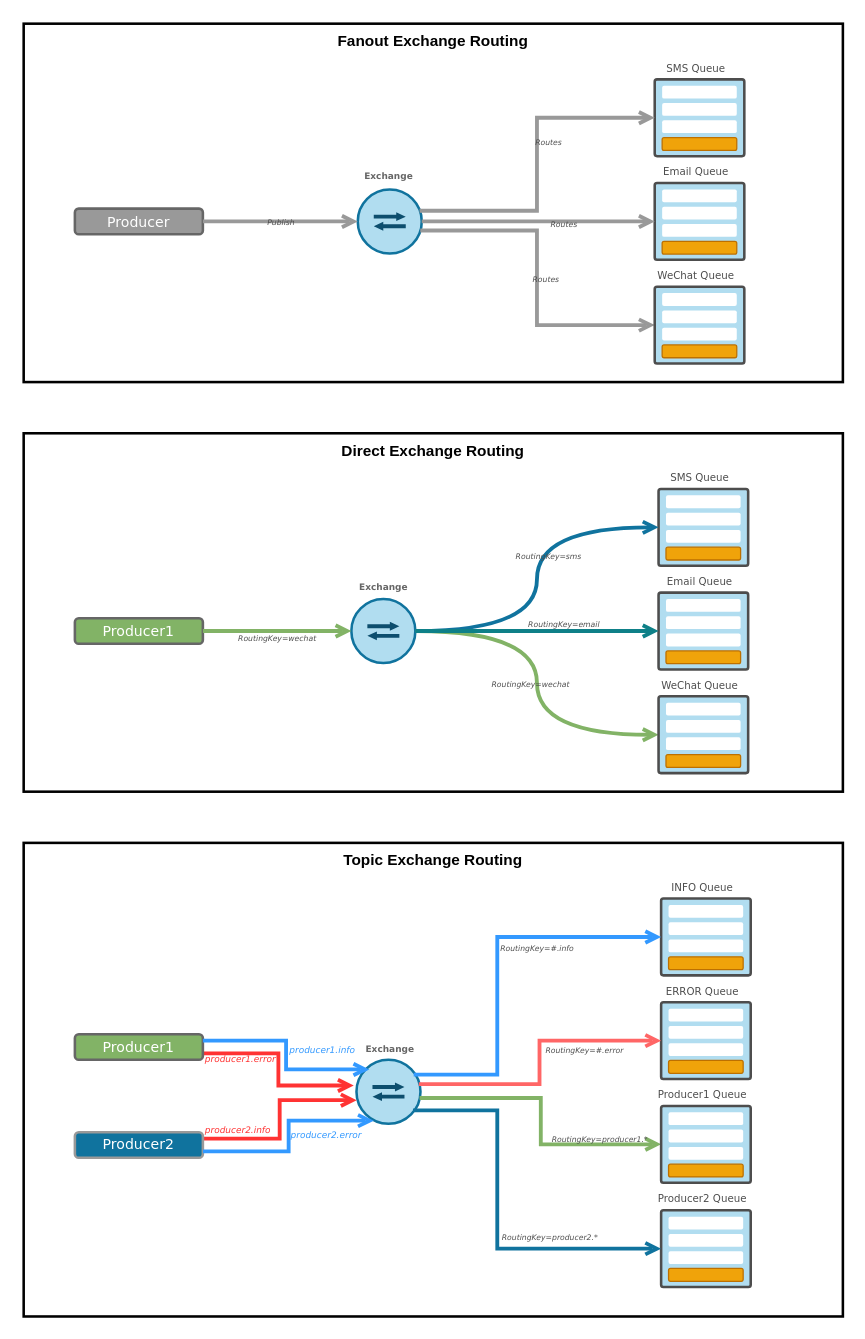
Before: page "Exchange Types" (3 of 5) of fs/RabbitMQ.drawio in gaivin/drawio, a draw.io diagram. Source tidied: cells renumbered, new cells numbered last; positions are measured from the earlier drawing's top-left corner, leaving out a move shared by most shapes. Both pictures are drawn from the tidied source at 128%, with x=0, y=0 at pixel (23, 23).
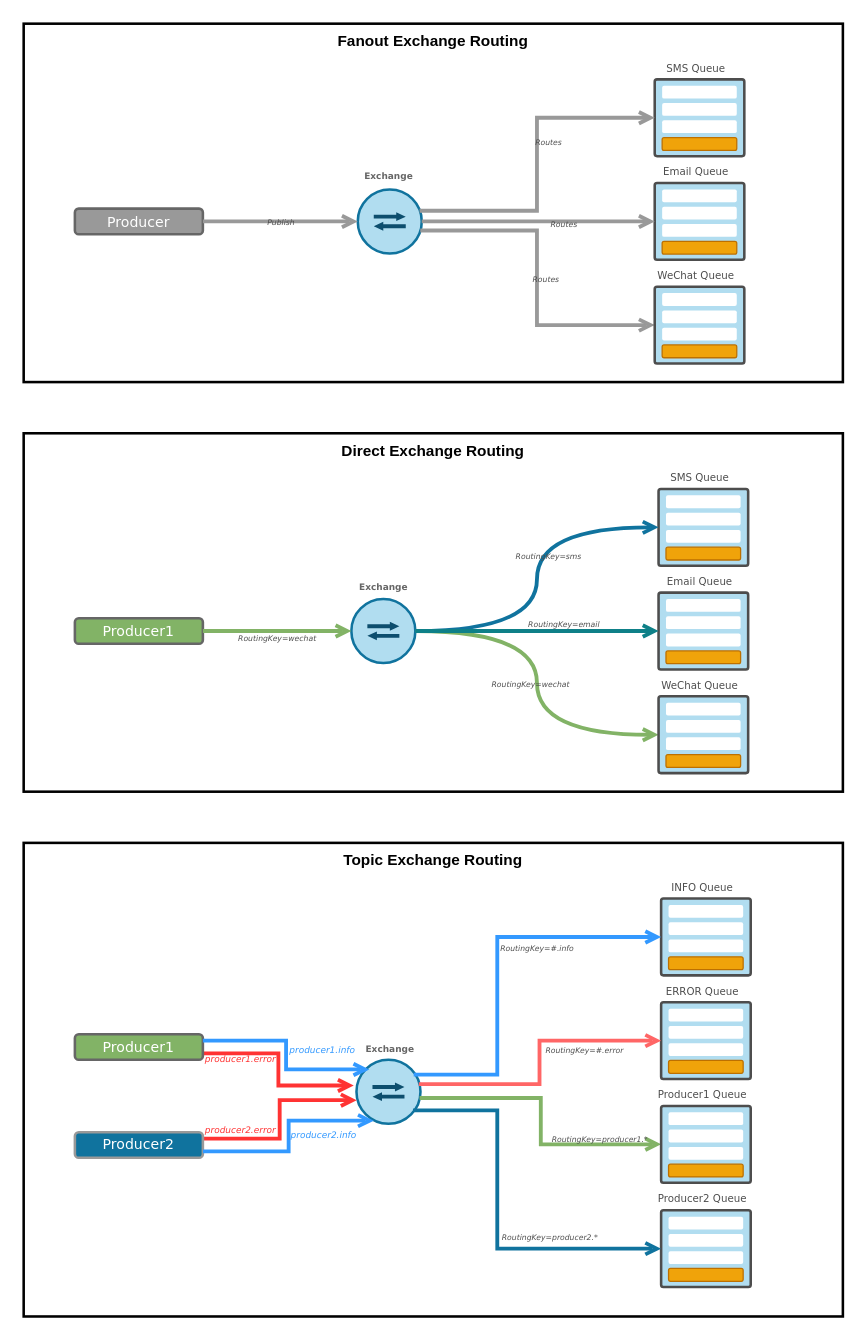
After the change.

The change refers to these unchanged cells:
```xml
<mxCell id="121" style="edgeStyle=elbowEdgeStyle;rounded=0;jettySize=auto;html=1;labelBackgroundColor=none;fontFamily=Verdana;fontSize=11;fontColor=#FF3333;endArrow=open;endFill=0;strokeColor=#FF3333;strokeWidth=3;fillColor=#0D4E6E;entryX=0.003;entryY=0.63;entryDx=0;entryDy=0;exitX=1;exitY=0.25;exitDx=0;exitDy=0;entryPerimeter=0;align=center;" parent="1" edge="1" source="123" target="74">
  <mxGeometry relative="1" as="geometry" />
</mxCell>
<mxCell id="126" style="edgeStyle=elbowEdgeStyle;rounded=0;jettySize=auto;html=1;labelBackgroundColor=none;fontFamily=Verdana;fontSize=11;fontColor=none;endArrow=open;endFill=0;strokeColor=#3399FF;strokeWidth=3;fillColor=#0D4E6E;exitX=1;exitY=0.75;exitDx=0;exitDy=0;entryX=0.271;entryY=0.95;entryDx=0;entryDy=0;entryPerimeter=0;" parent="1" edge="1" source="123" target="74">
  <mxGeometry relative="1" as="geometry" />
</mxCell>
```

The edit, as a diff of the source:
```diff
@@
-    <mxCell id="122" value="&lt;span style=&quot;font-style: italic&quot;&gt;producer2.info&lt;br&gt;&lt;/span&gt;" style="edgeLabel;html=1;align=left;verticalAlign=middle;fontSize=7;fontFamily=Verdana;fontColor=#FF3333;labelBackgroundColor=none;" parent="121" vertex="1">
+    <mxCell id="122" value="&lt;span style=&quot;font-style: italic&quot;&gt;producer2.error&lt;br&gt;&lt;/span&gt;" style="edgeLabel;html=1;align=left;verticalAlign=middle;fontSize=7;fontFamily=Verdana;fontColor=#FF3333;labelBackgroundColor=none;" parent="121" vertex="1">
       <mxGeometry x="-0.11" y="5" relative="1" as="geometry">
         <mxPoint x="-55" as="offset" />
       </mxGeometry>
     </mxCell>
@@
-    <mxCell id="127" value="producer2.error" style="edgeLabel;html=1;align=left;verticalAlign=middle;fontSize=7;fontFamily=Verdana;fontColor=#3399FF;labelBackgroundColor=none;fontStyle=2;" parent="126" vertex="1">
+    <mxCell id="127" value="producer2.info" style="edgeLabel;html=1;align=left;verticalAlign=middle;fontSize=7;fontFamily=Verdana;fontColor=#3399FF;labelBackgroundColor=none;fontStyle=2;" parent="126" vertex="1">
       <mxGeometry x="-0.14" y="-4" relative="1" as="geometry">
         <mxPoint x="-4" y="-12" as="offset" />
       </mxGeometry>
     </mxCell>
```
